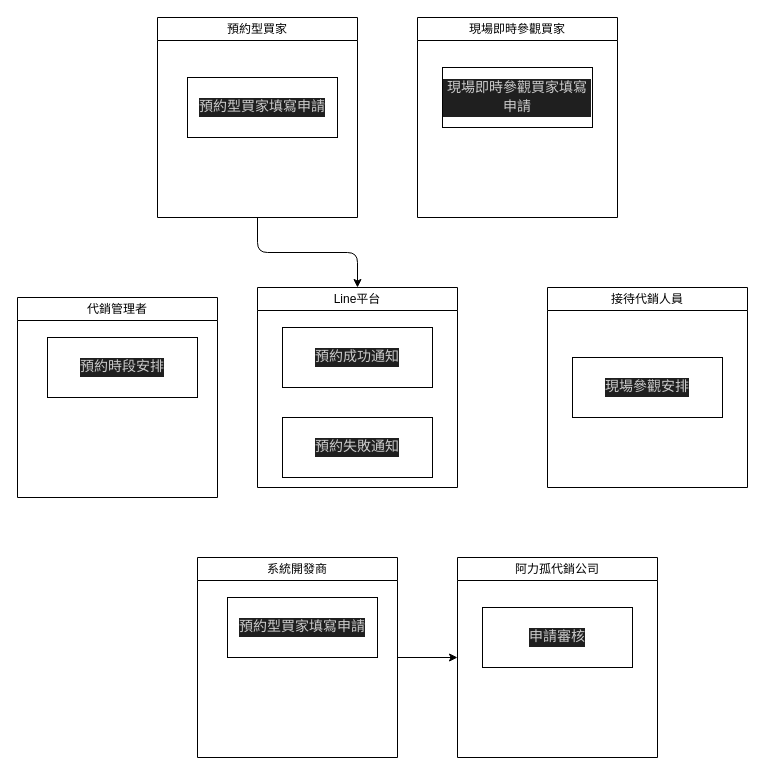
Above: B.drawio in Mouchi772/123 (draw.io), before the change. Source tidied: cells renumbered, new cells numbered last; positions are measured from the earlier drawing's top-left corner, leaving out a move shared by most shapes. Both pictures are drawn from the tidied source at 100%, with x=0, y=0 at pixel (17, 17).
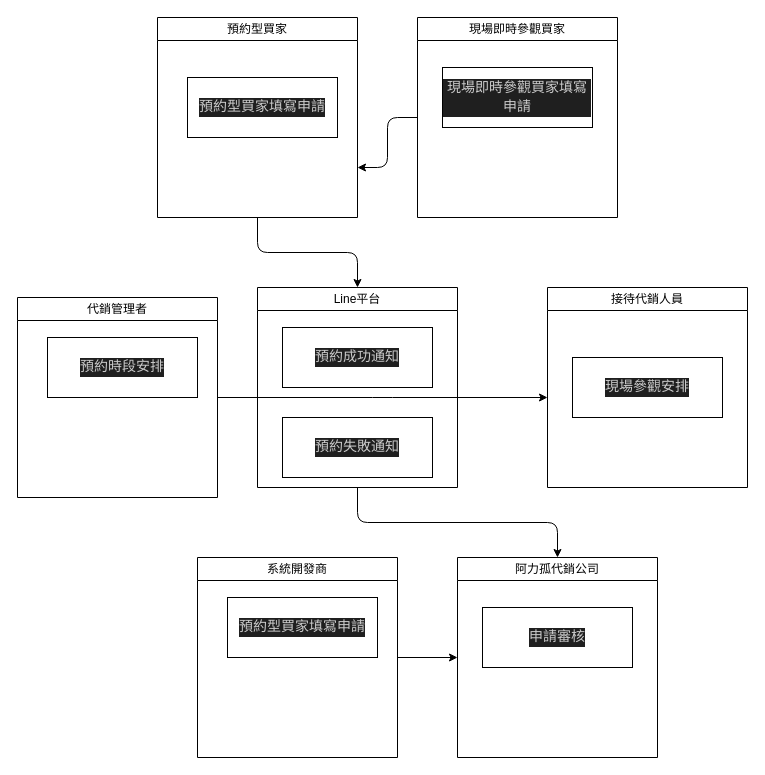
Above is the later version.

Unchanged cells that the change refers to:
```xml
<mxCell id="2" value="&lt;span style=&quot;font-weight: 400;&quot;&gt;現場即時參觀買家&lt;/span&gt;" style="swimlane;whiteSpace=wrap;html=1;" parent="1" vertex="1">
  <mxGeometry x="400" width="200" height="200" as="geometry" />
</mxCell>
<mxCell id="5" value="&lt;span style=&quot;font-weight: 400;&quot;&gt;預約型買家&lt;/span&gt;" style="swimlane;whiteSpace=wrap;html=1;" parent="1" vertex="1">
  <mxGeometry x="140" width="200" height="200" as="geometry" />
</mxCell>
<mxCell id="10" value="&lt;span style=&quot;font-weight: 400;&quot;&gt;阿力孤代銷公司&lt;/span&gt;" style="swimlane;whiteSpace=wrap;html=1;" parent="1" vertex="1">
  <mxGeometry x="440" y="540" width="200" height="200" as="geometry" />
</mxCell>
<mxCell id="14" value="&lt;span style=&quot;font-weight: 400;&quot;&gt;Line平台&lt;/span&gt;" style="swimlane;whiteSpace=wrap;html=1;" parent="1" vertex="1">
  <mxGeometry x="240" y="270" width="200" height="200" as="geometry" />
</mxCell>
<mxCell id="17" value="&lt;span style=&quot;font-weight: 400;&quot;&gt;代銷管理者&lt;/span&gt;" style="swimlane;whiteSpace=wrap;html=1;" parent="1" vertex="1">
  <mxGeometry y="280" width="200" height="200" as="geometry" />
</mxCell>
```

What changed in the source:
```diff
@@
+    <mxCell id="19" style="edgeStyle=orthogonalEdgeStyle;html=1;entryX=1;entryY=0.75;entryDx=0;entryDy=0;" parent="1" edge="1" source="2" target="5">
+      <mxGeometry relative="1" as="geometry" />
+    </mxCell>
@@
+    <mxCell id="20" style="edgeStyle=orthogonalEdgeStyle;html=1;entryX=0.5;entryY=0;entryDx=0;entryDy=0;" parent="1" edge="1" source="14" target="10">
+      <mxGeometry relative="1" as="geometry" />
+    </mxCell>
@@
+    <mxCell id="21" style="edgeStyle=orthogonalEdgeStyle;html=1;" parent="1" edge="1" source="17">
+      <mxGeometry relative="1" as="geometry">
+        <mxPoint x="530" y="380" as="targetPoint" />
+      </mxGeometry>
+    </mxCell>
```
